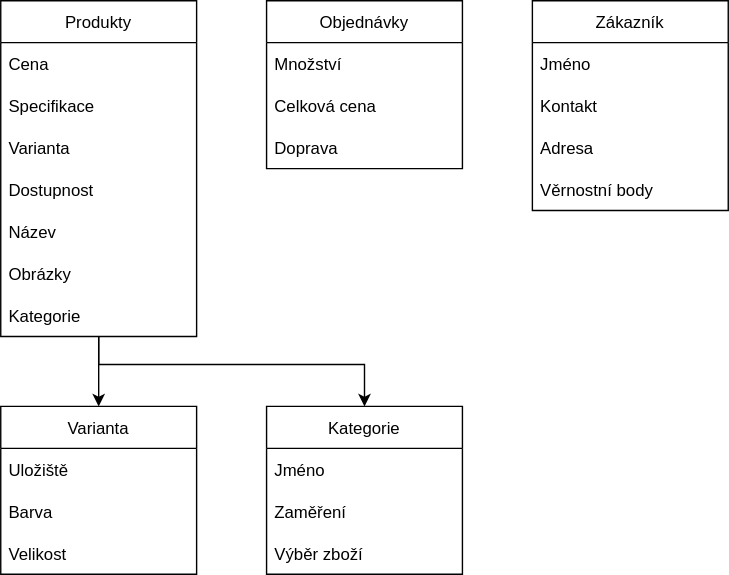
The draw.io diagram 22092022.drawio.svg in hongolem/Diagrams, before a commit. Source tidied: cells renumbered, new cells last; positions are measured from the earlier drawing's top-left corner, leaving out a move shared by most shapes.
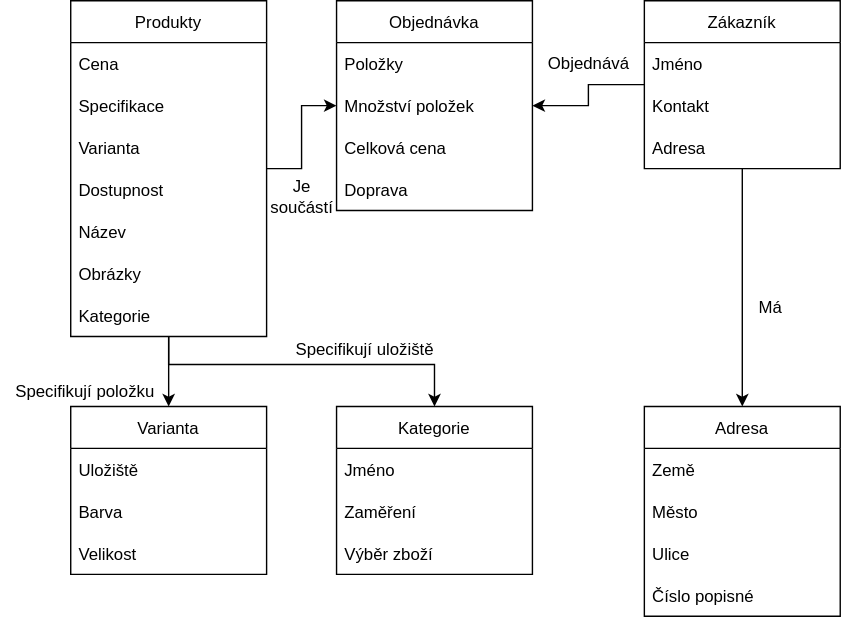
After the commit.

Change to the diagram source:
```diff
@@ -13,6 +13,9 @@
         </Array>
       </mxGeometry>
     </mxCell>
+    <mxCell id="29" style="edgeStyle=orthogonalEdgeStyle;rounded=0;jettySize=auto;html=1;endArrow=classic;endFill=1;" parent="1" edge="1" source="4" target="12">
+      <mxGeometry relative="1" as="geometry" />
+    </mxCell>
     <mxCell id="4" value="Produkty" style="swimlane;fontStyle=0;horizontal=1;startSize=30;" parent="1" vertex="1">
       <mxGeometry width="140" height="240" as="geometry" />
     </mxCell>
@@ -37,20 +40,29 @@
     <mxCell id="11" value="Kategorie" style="text;strokeColor=none;fillColor=none;align=left;verticalAlign=middle;spacingLeft=4;spacingRight=4;overflow=hidden;" parent="4" vertex="1">
       <mxGeometry y="210" width="140" height="30" as="geometry" />
     </mxCell>
-    <mxCell id="12" value="Objednávky" style="swimlane;fontStyle=0;horizontal=1;startSize=30;" parent="1" vertex="1">
-      <mxGeometry x="190" width="140" height="120" as="geometry" />
+    <mxCell id="12" value="Objednávka" style="swimlane;fontStyle=0;horizontal=1;startSize=30;" parent="1" vertex="1">
+      <mxGeometry x="190" width="140" height="150" as="geometry" />
     </mxCell>
+    <mxCell id="30" value="Položky" style="text;strokeColor=none;fillColor=none;align=left;verticalAlign=middle;spacingLeft=4;spacingRight=4;overflow=hidden;" parent="12" vertex="1">
+      <mxGeometry y="30" width="140" height="30" as="geometry" />
+    </mxCell>
-    <mxCell id="13" value="Množství" style="text;strokeColor=none;fillColor=none;align=left;verticalAlign=middle;spacingLeft=4;spacingRight=4;overflow=hidden;" parent="12" vertex="1">
-      <mxGeometry y="30" width="140" height="30" as="geometry" />
+    <mxCell id="13" value="Množství položek" style="text;strokeColor=none;fillColor=none;align=left;verticalAlign=middle;spacingLeft=4;spacingRight=4;overflow=hidden;" parent="12" vertex="1">
+      <mxGeometry y="60" width="140" height="30" as="geometry" />
     </mxCell>
     <mxCell id="14" value="Celková cena" style="text;strokeColor=none;fillColor=none;align=left;verticalAlign=middle;spacingLeft=4;spacingRight=4;overflow=hidden;" parent="12" vertex="1">
-      <mxGeometry y="60" width="140" height="30" as="geometry" />
+      <mxGeometry y="90" width="140" height="30" as="geometry" />
     </mxCell>
     <mxCell id="15" value="Doprava" style="text;strokeColor=none;fillColor=none;align=left;verticalAlign=middle;spacingLeft=4;spacingRight=4;overflow=hidden;" parent="12" vertex="1">
-      <mxGeometry y="90" width="140" height="30" as="geometry" />
+      <mxGeometry y="120" width="140" height="30" as="geometry" />
     </mxCell>
+    <mxCell id="31" style="edgeStyle=orthogonalEdgeStyle;rounded=0;jettySize=auto;html=1;endArrow=classic;endFill=1;" parent="1" edge="1" source="16" target="33">
+      <mxGeometry relative="1" as="geometry" />
+    </mxCell>
+    <mxCell id="32" style="edgeStyle=orthogonalEdgeStyle;rounded=0;jettySize=auto;html=1;endArrow=classic;endFill=1;" parent="1" edge="1" source="16" target="12">
+      <mxGeometry relative="1" as="geometry" />
+    </mxCell>
     <mxCell id="16" value="Zákazník" style="swimlane;fontStyle=0;horizontal=1;startSize=30;" parent="1" vertex="1">
-      <mxGeometry x="380" width="140" height="150" as="geometry" />
+      <mxGeometry x="410" width="140" height="120" as="geometry" />
     </mxCell>
     <mxCell id="17" value="Jméno" style="text;strokeColor=none;fillColor=none;align=left;verticalAlign=middle;spacingLeft=4;spacingRight=4;overflow=hidden;" parent="16" vertex="1">
       <mxGeometry y="30" width="140" height="30" as="geometry" />
@@ -61,9 +73,6 @@
     <mxCell id="19" value="Adresa" style="text;strokeColor=none;fillColor=none;align=left;verticalAlign=middle;spacingLeft=4;spacingRight=4;overflow=hidden;" parent="16" vertex="1">
       <mxGeometry y="90" width="140" height="30" as="geometry" />
     </mxCell>
-    <mxCell id="20" value="Věrnostní body" style="text;strokeColor=none;fillColor=none;align=left;verticalAlign=middle;spacingLeft=4;spacingRight=4;overflow=hidden;" parent="16" vertex="1">
-      <mxGeometry y="120" width="140" height="30" as="geometry" />
-    </mxCell>
     <mxCell id="21" value="Varianta" style="swimlane;fontStyle=0;horizontal=1;startSize=30;" parent="1" vertex="1">
       <mxGeometry y="290" width="140" height="120" as="geometry" />
     </mxCell>
@@ -88,5 +97,35 @@
     <mxCell id="28" value="Výběr zboží" style="text;strokeColor=none;fillColor=none;align=left;verticalAlign=middle;spacingLeft=4;spacingRight=4;overflow=hidden;" parent="25" vertex="1">
       <mxGeometry y="90" width="140" height="30" as="geometry" />
     </mxCell>
+    <mxCell id="33" value="Adresa" style="swimlane;fontStyle=0;horizontal=1;startSize=30;" parent="1" vertex="1">
+      <mxGeometry x="410" y="290" width="140" height="150" as="geometry" />
+    </mxCell>
+    <mxCell id="34" value="Země" style="text;strokeColor=none;fillColor=none;align=left;verticalAlign=middle;spacingLeft=4;spacingRight=4;overflow=hidden;" parent="33" vertex="1">
+      <mxGeometry y="30" width="140" height="30" as="geometry" />
+    </mxCell>
+    <mxCell id="35" value="Město" style="text;strokeColor=none;fillColor=none;align=left;verticalAlign=middle;spacingLeft=4;spacingRight=4;overflow=hidden;" parent="33" vertex="1">
+      <mxGeometry y="60" width="140" height="30" as="geometry" />
+    </mxCell>
+    <mxCell id="36" value="Ulice" style="text;strokeColor=none;fillColor=none;align=left;verticalAlign=middle;spacingLeft=4;spacingRight=4;overflow=hidden;" parent="33" vertex="1">
+      <mxGeometry y="90" width="140" height="30" as="geometry" />
+    </mxCell>
+    <mxCell id="37" value="Číslo popisné" style="text;strokeColor=none;fillColor=none;align=left;verticalAlign=middle;spacingLeft=4;spacingRight=4;overflow=hidden;" parent="33" vertex="1">
+      <mxGeometry y="120" width="140" height="30" as="geometry" />
+    </mxCell>
+    <mxCell id="38" value="Má" style="text;html=1;align=center;verticalAlign=middle;strokeColor=none;fillColor=none;" parent="1" vertex="1">
+      <mxGeometry x="480" y="205" width="40" height="30" as="geometry" />
+    </mxCell>
+    <mxCell id="39" value="Specifikují uložiště" style="text;html=1;align=center;verticalAlign=middle;strokeColor=none;fillColor=none;" parent="1" vertex="1">
+      <mxGeometry x="150" y="235" width="120" height="30" as="geometry" />
+    </mxCell>
+    <mxCell id="40" value="Specifikují položku" style="text;html=1;align=center;verticalAlign=middle;strokeColor=none;fillColor=none;" parent="1" vertex="1">
+      <mxGeometry x="-50" y="265" width="120" height="30" as="geometry" />
+    </mxCell>
+    <mxCell id="41" value="Je&lt;br&gt;součástí" style="text;html=1;align=center;verticalAlign=middle;strokeColor=none;fillColor=none;" parent="1" vertex="1">
+      <mxGeometry x="130" y="120" width="70" height="40" as="geometry" />
+    </mxCell>
+    <mxCell id="42" value="Objednává" style="text;html=1;align=center;verticalAlign=middle;strokeColor=none;fillColor=none;" parent="1" vertex="1">
+      <mxGeometry x="330" y="30" width="80" height="30" as="geometry" />
+    </mxCell>
   </root>
 </mxGraphModel>
```
